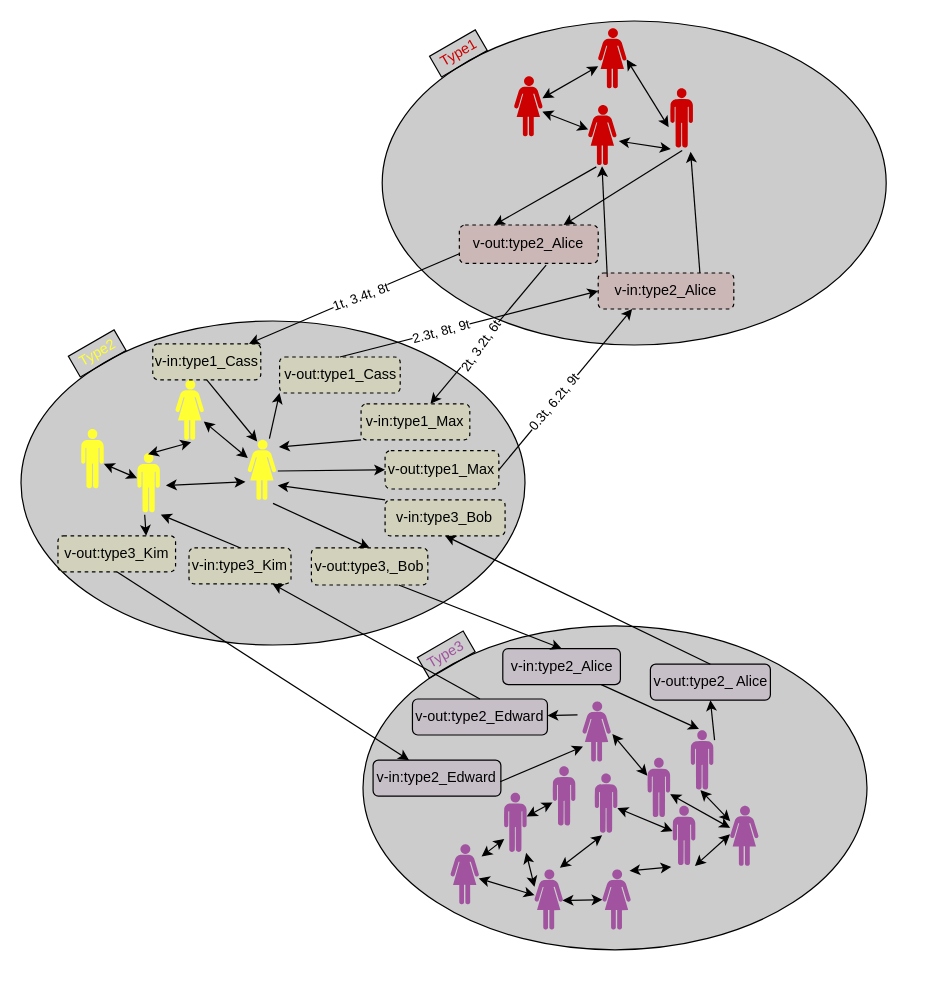
This is docs/images/temporalInteractions.drawio from josura/c2c-sepia, a draw.io file, before an edit. Source tidied: cells renumbered, new cells numbered last; positions are measured from the earlier drawing's top-left corner, leaving out a move shared by most shapes. Both pictures are drawn from the tidied source at 120%, with x=0, y=0 at pixel (20, 20).
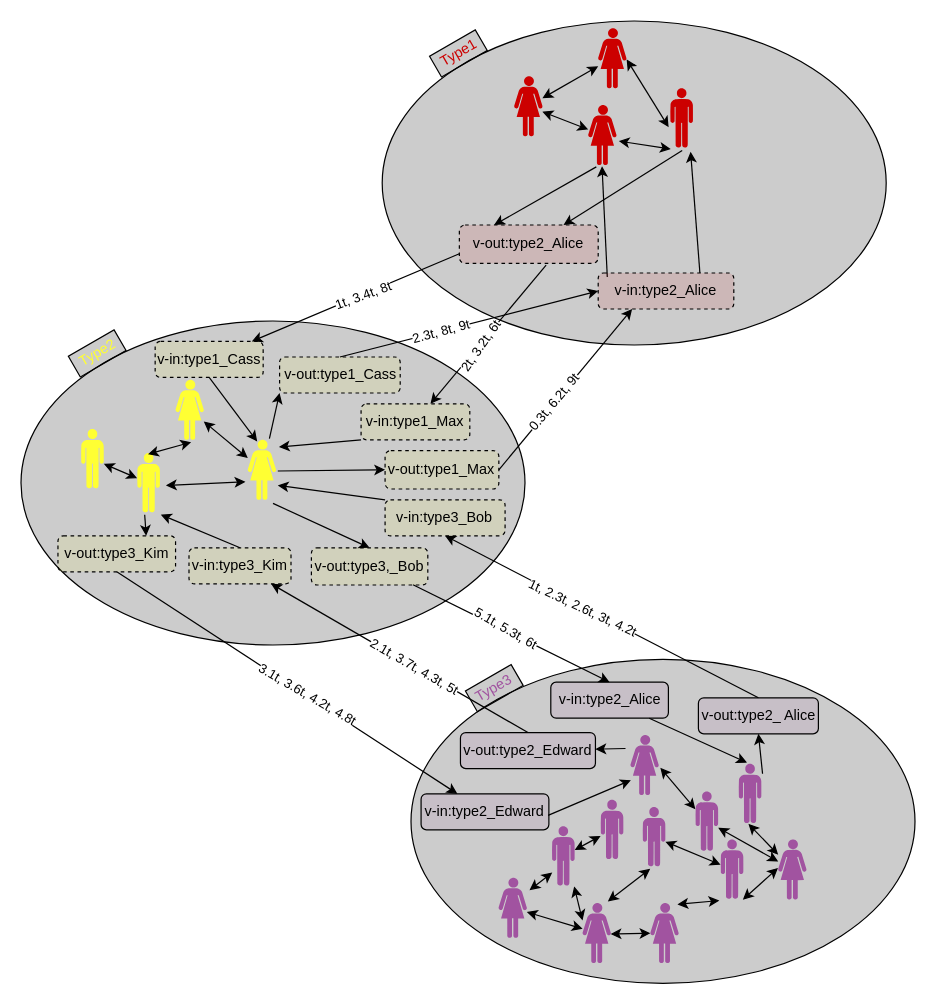
The same diagram, later.

Unchanged cells that the change refers to:
```xml
<mxCell id="46" style="rounded=0;jettySize=auto;html=1;exitX=0.5;exitY=0;exitDx=0;exitDy=0;entryX=0.5;entryY=1;entryDx=0;entryDy=0;" parent="1" edge="1" source="47" target="79">
  <mxGeometry relative="1" as="geometry" />
</mxCell>
<mxCell id="65" style="rounded=0;jettySize=auto;html=1;exitX=0.5;exitY=0;exitDx=0;exitDy=0;" parent="1" edge="1" source="66" target="82">
  <mxGeometry relative="1" as="geometry" />
</mxCell>
<mxCell id="67" style="rounded=0;jettySize=auto;html=1;exitX=0.5;exitY=1;exitDx=0;exitDy=0;" parent="1" edge="1" source="68" target="83">
  <mxGeometry relative="1" as="geometry" />
</mxCell>
<mxCell id="81" value="v-out:type3,_Bob" style="rounded=1;whiteSpace=wrap;html=1;dashed=1;strokeColor=default;align=center;verticalAlign=middle;fontFamily=Helvetica;fontSize=12;fontColor=default;fillColor=#FFFF33;fillOpacity=10;" parent="1" vertex="1">
  <mxGeometry x="242" y="439" width="97" height="31" as="geometry" />
</mxCell>
```

Change to the diagram source:
```diff
@@
     <mxCell id="4" style="ellipse;whiteSpace=wrap;html=1;fillColor=#000000;fillOpacity=20;" parent="1" vertex="1">
-      <mxGeometry x="285" y="504" width="420" height="270" as="geometry" />
+      <mxGeometry x="325" y="532" width="420" height="270" as="geometry" />
     </mxCell>
@@
     <mxCell id="7" style="verticalLabelPosition=bottom;sketch=0;html=1;fillColor=#A153A0;verticalAlign=top;align=center;shape=mxgraph.cisco_safe.design.actor_1;" parent="1" vertex="1">
-      <mxGeometry x="358" y="686" width="23.5" height="50" as="geometry" />
+      <mxGeometry x="398" y="714" width="23.5" height="50" as="geometry" />
     </mxCell>
@@
     <mxCell id="9" style="verticalLabelPosition=bottom;sketch=0;html=1;fillColor=#A153A0;verticalAlign=top;align=center;shape=mxgraph.cisco_safe.design.actor_2;" parent="1" vertex="1">
-      <mxGeometry x="402.4" y="643" width="19" height="50" as="geometry" />
+      <mxGeometry x="442.4" y="671" width="19" height="50" as="geometry" />
     </mxCell>
     <mxCell id="10" style="verticalLabelPosition=bottom;sketch=0;html=1;fillColor=#A153A0;verticalAlign=top;align=center;shape=mxgraph.cisco_safe.design.actor_2;" parent="1" vertex="1">
-      <mxGeometry x="558" y="591" width="19" height="50" as="geometry" />
+      <mxGeometry x="598" y="619" width="19" height="50" as="geometry" />
     </mxCell>
@@
     <mxCell id="15" style="verticalLabelPosition=bottom;sketch=0;html=1;fillColor=#A153A0;verticalAlign=top;align=center;shape=mxgraph.cisco_safe.design.actor_2;" parent="1" vertex="1">
-      <mxGeometry x="443" y="621" width="19" height="50" as="geometry" />
+      <mxGeometry x="483" y="649" width="19" height="50" as="geometry" />
     </mxCell>
     <mxCell id="16" style="verticalLabelPosition=bottom;sketch=0;html=1;fillColor=#A153A0;verticalAlign=top;align=center;shape=mxgraph.cisco_safe.design.actor_1;" parent="1" vertex="1">
-      <mxGeometry x="428" y="707" width="23.5" height="50" as="geometry" />
+      <mxGeometry x="468" y="735" width="23.5" height="50" as="geometry" />
     </mxCell>
@@
     <mxCell id="19" style="verticalLabelPosition=bottom;sketch=0;html=1;fillColor=#A153A0;verticalAlign=top;align=center;shape=mxgraph.cisco_safe.design.actor_1;" parent="1" vertex="1">
-      <mxGeometry x="484.5" y="707" width="23.5" height="50" as="geometry" />
+      <mxGeometry x="524.5" y="735" width="23.5" height="50" as="geometry" />
     </mxCell>
@@
     <mxCell id="21" style="verticalLabelPosition=bottom;sketch=0;html=1;fillColor=#A153A0;verticalAlign=top;align=center;shape=mxgraph.cisco_safe.design.actor_2;" parent="1" vertex="1">
-      <mxGeometry x="543" y="654" width="19" height="50" as="geometry" />
+      <mxGeometry x="583" y="682" width="19" height="50" as="geometry" />
     </mxCell>
@@
     <mxCell id="23" style="verticalLabelPosition=bottom;sketch=0;html=1;fillColor=#A153A0;verticalAlign=top;align=center;shape=mxgraph.cisco_safe.design.actor_2;" parent="1" vertex="1">
-      <mxGeometry x="478" y="627" width="19" height="50" as="geometry" />
+      <mxGeometry x="518" y="655" width="19" height="50" as="geometry" />
     </mxCell>
     <mxCell id="24" style="verticalLabelPosition=bottom;sketch=0;html=1;fillColor=#A153A0;verticalAlign=top;align=center;shape=mxgraph.cisco_safe.design.actor_1;" parent="1" vertex="1">
-      <mxGeometry x="591" y="654" width="23.5" height="50" as="geometry" />
+      <mxGeometry x="631" y="682" width="23.5" height="50" as="geometry" />
     </mxCell>
@@
     <mxCell id="28" style="verticalLabelPosition=bottom;sketch=0;html=1;fillColor=#A153A0;verticalAlign=top;align=center;shape=mxgraph.cisco_safe.design.actor_2;" parent="1" vertex="1">
-      <mxGeometry x="522" y="614" width="19" height="50" as="geometry" />
+      <mxGeometry x="562" y="642" width="19" height="50" as="geometry" />
     </mxCell>
     <mxCell id="29" style="verticalLabelPosition=bottom;sketch=0;html=1;fillColor=#A153A0;verticalAlign=top;align=center;shape=mxgraph.cisco_safe.design.actor_1;" parent="1" vertex="1">
-      <mxGeometry x="467.9" y="567" width="23.5" height="50" as="geometry" />
+      <mxGeometry x="507.9" y="595" width="23.5" height="50" as="geometry" />
     </mxCell>
@@
+    <mxCell id="90" value="1t, 2.3t, 2.6t, 3t, 4.2t" style="edgeLabel;html=1;align=center;verticalAlign=middle;rotation=25;" parent="46" vertex="1">
+      <mxGeometry x="0.13" y="1" relative="1" as="geometry">
+        <mxPoint x="1" as="offset" />
+      </mxGeometry>
+    </mxCell>
     <mxCell id="47" value="v-out:type2_ Alice" style="rounded=1;whiteSpace=wrap;html=1;fillOpacity=10;strokeColor=default;align=center;verticalAlign=middle;fontFamily=Helvetica;fontSize=12;fontColor=default;fillColor=#A153A0;" parent="1" vertex="1">
-      <mxGeometry x="524.5" y="536" width="100" height="30" as="geometry" />
+      <mxGeometry x="564.5" y="564" width="100" height="30" as="geometry" />
     </mxCell>
@@
     <mxCell id="52" value="v-in:type2_Alice" style="rounded=1;whiteSpace=wrap;html=1;fillOpacity=10;strokeColor=default;align=center;verticalAlign=middle;fontFamily=Helvetica;fontSize=12;fontColor=default;fillColor=#A153A0;" parent="1" vertex="1">
-      <mxGeometry x="401.5" y="523" width="98" height="30" as="geometry" />
+      <mxGeometry x="441.5" y="551" width="98" height="30" as="geometry" />
     </mxCell>
@@
+    <mxCell id="91" value="2.1t, 3.7t, 4.3t, 5t" style="edgeLabel;html=1;align=center;verticalAlign=middle;rotation=30;" parent="65" vertex="1">
+      <mxGeometry x="-0.11" y="-1" relative="1" as="geometry" />
+    </mxCell>
     <mxCell id="66" value="v-out:type2_Edward" style="rounded=1;whiteSpace=wrap;html=1;fillOpacity=10;strokeColor=default;align=center;verticalAlign=middle;fontFamily=Helvetica;fontSize=12;fontColor=default;fillColor=#A153A0;" parent="1" vertex="1">
-      <mxGeometry x="326.2" y="565" width="112.5" height="30" as="geometry" />
+      <mxGeometry x="366.2" y="593" width="112.5" height="30" as="geometry" />
     </mxCell>
@@
+    <mxCell id="92" value="3.1t, 3.6t, 4.2t, 4.8t" style="edgeLabel;html=1;align=center;verticalAlign=middle;rotation=30;" parent="67" vertex="1">
+      <mxGeometry x="0.11" y="2" relative="1" as="geometry" />
+    </mxCell>
@@
-    <mxCell id="80" style="rounded=0;jettySize=auto;html=1;exitX=0.75;exitY=1;exitDx=0;exitDy=0;entryX=0.5;entryY=0;entryDx=0;entryDy=0;" parent="1" edge="1" source="81" target="52">
+    <mxCell id="80" style="rounded=0;jettySize=auto;html=1;exitX=0.873;exitY=0.991;exitDx=0;exitDy=0;entryX=0.5;entryY=0;entryDx=0;entryDy=0;exitPerimeter=0;" parent="1" edge="1" source="81" target="52">
       <mxGeometry relative="1" as="geometry" />
     </mxCell>
+    <mxCell id="93" value="5.1t, 5.3t, 6t" style="edgeLabel;html=1;align=center;verticalAlign=middle;rotation=30;" parent="80" vertex="1">
+      <mxGeometry x="-0.07" y="2" relative="1" as="geometry" />
+    </mxCell>
@@
     <mxCell id="83" value="&lt;div&gt;v-in:type2_Edward&lt;/div&gt;" style="rounded=1;whiteSpace=wrap;html=1;fillColor=#A153A0;fillOpacity=10;" parent="1" vertex="1">
-      <mxGeometry x="293.4" y="616" width="106.5" height="30" as="geometry" />
+      <mxGeometry x="333.4" y="644" width="106.5" height="30" as="geometry" />
     </mxCell>
     <mxCell id="84" value="v-in:type1_Cass" style="rounded=1;whiteSpace=wrap;html=1;fillColor=#FFFF33;fillOpacity=10;dashed=1;strokeColor=default;align=center;verticalAlign=middle;fontFamily=Helvetica;fontSize=12;fontColor=default;" parent="1" vertex="1">
-      <mxGeometry x="109.8" y="269" width="90" height="30" as="geometry" />
+      <mxGeometry x="111.8" y="267" width="90" height="30" as="geometry" />
     </mxCell>
@@
     <mxCell id="87" value="&lt;font color=&quot;#a153a0&quot;&gt;Type3&lt;/font&gt;" style="rounded=0;whiteSpace=wrap;html=1;fillColor=#000000;fillOpacity=20;rotation=-30;" parent="1" vertex="1">
-      <mxGeometry x="332.4" y="518" width="44" height="20" as="geometry" />
+      <mxGeometry x="372.4" y="546" width="44" height="20" as="geometry" />
     </mxCell>
```
